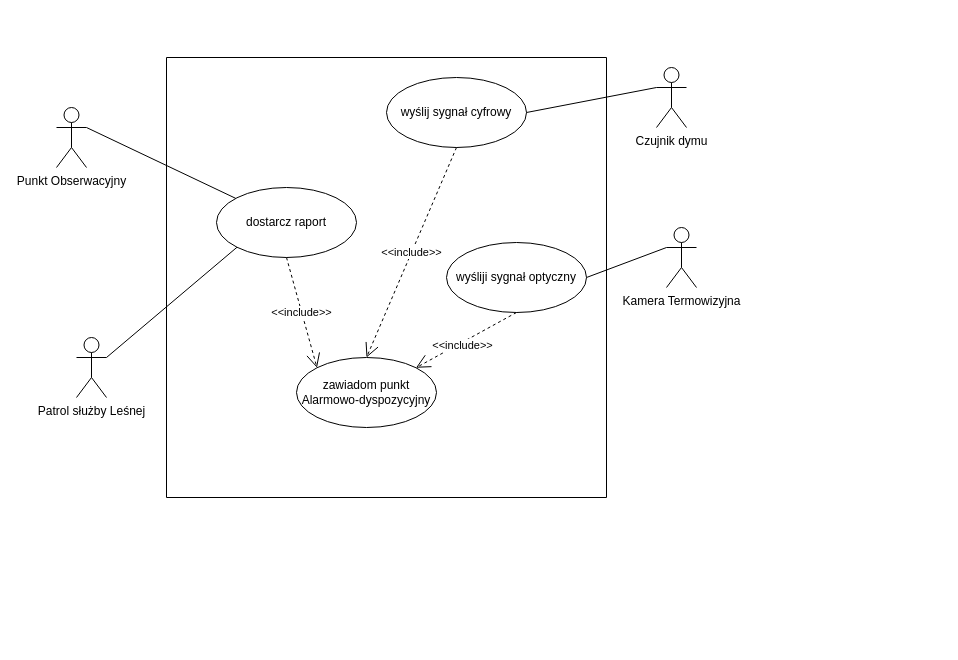
broniuu/projekt_inzynieria keeps this draw.io diagram as page "przypadki użycia" (1 of 9) of uml_pozar_lasu.drawio. Above is the earlier version. Source tidied: cells renumbered, new cells numbered last; positions are measured from the earlier drawing's top-left corner, leaving out a move shared by most shapes. Both pictures are drawn from the tidied source at 100%, with x=0, y=0 at pixel (56, 57).
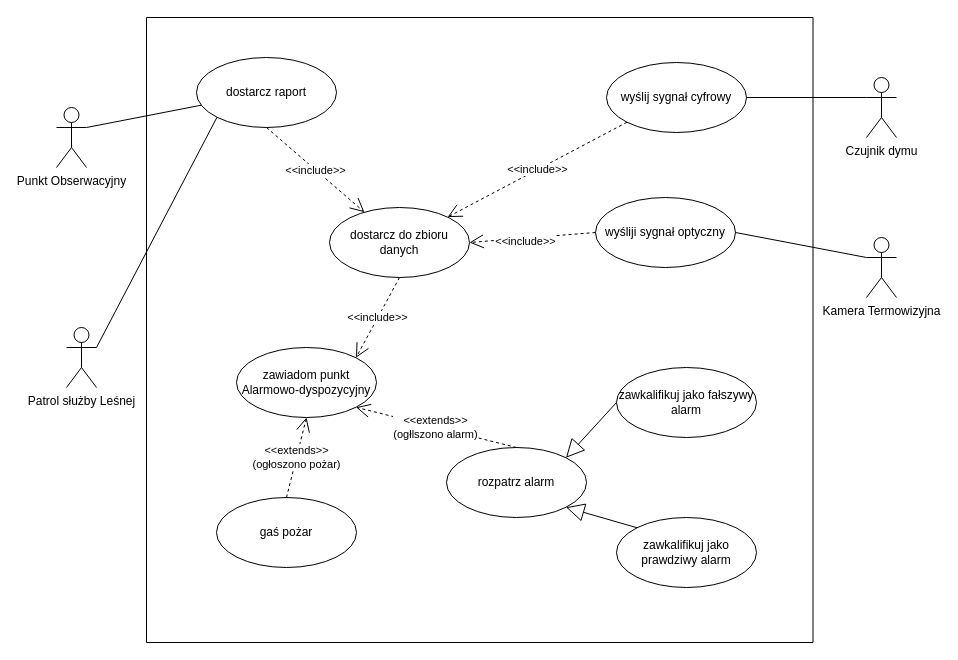
The same diagram, later.

Change to the diagram source:
```diff
@@
     <mxCell id="2" value="Czujnik dymu" style="shape=umlActor;verticalLabelPosition=bottom;verticalAlign=top;html=1;" parent="1" vertex="1">
-      <mxGeometry x="600" y="10" width="30" height="60" as="geometry" />
+      <mxGeometry x="810" y="20" width="30" height="60" as="geometry" />
     </mxCell>
     <mxCell id="3" value="Kamera Termowizyjna&lt;br&gt;" style="shape=umlActor;verticalLabelPosition=bottom;verticalAlign=top;html=1;" parent="1" vertex="1">
-      <mxGeometry x="610" y="170" width="30" height="60" as="geometry" />
+      <mxGeometry x="810" y="180" width="30" height="60" as="geometry" />
     </mxCell>
@@
     <mxCell id="5" value="Patrol służby Leśnej" style="shape=umlActor;verticalLabelPosition=bottom;verticalAlign=top;html=1;" parent="1" vertex="1">
-      <mxGeometry x="20" y="280" width="30" height="60" as="geometry" />
+      <mxGeometry x="10" y="270" width="30" height="60" as="geometry" />
     </mxCell>
     <mxCell id="6" style="swimlane;startSize=0;" parent="1" vertex="1">
-      <mxGeometry x="110" width="440" height="440" as="geometry" />
+      <mxGeometry x="90" y="-40" width="666.5" height="625" as="geometry" />
     </mxCell>
     <mxCell id="7" value="dostarcz raport" style="ellipse;whiteSpace=wrap;html=1;" parent="6" vertex="1">
-      <mxGeometry x="50" y="130" width="140" height="70" as="geometry" />
+      <mxGeometry x="50" y="40" width="140" height="70" as="geometry" />
     </mxCell>
-    <mxCell id="8" value="zawiadom punkt Alarmowo-dyspozycyjny" style="ellipse;whiteSpace=wrap;html=1;" parent="6" vertex="1">
-      <mxGeometry x="130" y="300" width="140" height="70" as="geometry" />
+    <mxCell id="8" value="dostarcz do zbioru danych" style="ellipse;whiteSpace=wrap;html=1;" parent="6" vertex="1">
+      <mxGeometry x="183" y="190" width="140" height="70" as="geometry" />
     </mxCell>
     <mxCell id="9" value="wyślij sygnał cyfrowy" style="ellipse;whiteSpace=wrap;html=1;" parent="6" vertex="1">
-      <mxGeometry x="220" y="20" width="140" height="70" as="geometry" />
+      <mxGeometry x="460" y="45" width="140" height="70" as="geometry" />
     </mxCell>
     <mxCell id="10" value="wyśliji sygnał optyczny" style="ellipse;whiteSpace=wrap;html=1;" parent="6" vertex="1">
-      <mxGeometry x="280" y="185" width="140" height="70" as="geometry" />
+      <mxGeometry x="449" y="180" width="140" height="70" as="geometry" />
     </mxCell>
-    <mxCell id="11" value="&amp;lt;&amp;lt;include&amp;gt;&amp;gt;" style="endArrow=open;endSize=12;dashed=1;html=1;exitX=0.5;exitY=1;exitDx=0;exitDy=0;entryX=0;entryY=0;entryDx=0;entryDy=0;" parent="6" edge="1" source="7" target="8">
+    <mxCell id="11" value="&amp;lt;&amp;lt;include&amp;gt;&amp;gt;" style="endArrow=open;endSize=12;dashed=1;html=1;exitX=0.5;exitY=1;exitDx=0;exitDy=0;" parent="6" edge="1" source="7" target="8">
       <mxGeometry relative="1" as="geometry" />
     </mxCell>
-    <mxCell id="12" value="&amp;lt;&amp;lt;include&amp;gt;&amp;gt;" style="endArrow=open;endSize=12;dashed=1;html=1;exitX=0.5;exitY=1;exitDx=0;exitDy=0;entryX=1;entryY=0;entryDx=0;entryDy=0;" parent="6" edge="1" source="10" target="8">
+    <mxCell id="12" value="&amp;lt;&amp;lt;include&amp;gt;&amp;gt;" style="endArrow=open;endSize=12;dashed=1;html=1;exitX=0;exitY=0.5;exitDx=0;exitDy=0;entryX=1;entryY=0.5;entryDx=0;entryDy=0;" parent="6" edge="1" source="10" target="8">
       <mxGeometry x="0.1" y="3" relative="1" as="geometry" />
     </mxCell>
-    <mxCell id="13" value="&amp;lt;&amp;lt;include&amp;gt;&amp;gt;" style="endArrow=open;endSize=12;dashed=1;html=1;exitX=0.5;exitY=1;exitDx=0;exitDy=0;entryX=0.5;entryY=0;entryDx=0;entryDy=0;" parent="6" edge="1" target="8">
-      <mxGeometry relative="1" as="geometry">
-        <mxPoint x="290" y="90" as="sourcePoint" />
-      </mxGeometry>
+    <mxCell id="13" value="&amp;lt;&amp;lt;include&amp;gt;&amp;gt;" style="endArrow=open;endSize=12;dashed=1;html=1;exitX=0;exitY=1;exitDx=0;exitDy=0;" parent="6" edge="1" source="9" target="8">
+      <mxGeometry relative="1" as="geometry" />
     </mxCell>
+    <mxCell id="18" value="zawiadom punkt Alarmowo-dyspozycyjny" style="ellipse;whiteSpace=wrap;html=1;" parent="6" vertex="1">
+      <mxGeometry x="90" y="330" width="140" height="70" as="geometry" />
+    </mxCell>
+    <mxCell id="19" value="&amp;lt;&amp;lt;include&amp;gt;&amp;gt;" style="endArrow=open;endSize=12;dashed=1;html=1;exitX=0.5;exitY=1;exitDx=0;exitDy=0;entryX=1;entryY=0;entryDx=0;entryDy=0;" parent="6" edge="1" source="8" target="18">
+      <mxGeometry relative="1" as="geometry" />
+    </mxCell>
+    <mxCell id="20" value="rozpatrz alarm" style="ellipse;whiteSpace=wrap;html=1;" parent="6" vertex="1">
+      <mxGeometry x="300" y="430" width="140" height="70" as="geometry" />
+    </mxCell>
+    <mxCell id="21" value="zawkalifikuj jako fałszywy alarm" style="ellipse;whiteSpace=wrap;html=1;" parent="6" vertex="1">
+      <mxGeometry x="470" y="350" width="140" height="70" as="geometry" />
+    </mxCell>
+    <mxCell id="22" value="zawkalifikuj jako prawdziwy alarm" style="ellipse;whiteSpace=wrap;html=1;" parent="6" vertex="1">
+      <mxGeometry x="470" y="500" width="140" height="70" as="geometry" />
+    </mxCell>
+    <mxCell id="23" value="&amp;lt;&amp;lt;extends&amp;gt;&amp;gt;&lt;br&gt;(ogłlszono alarm)" style="endArrow=open;endSize=12;dashed=1;html=1;exitX=0.5;exitY=0;exitDx=0;exitDy=0;entryX=1;entryY=1;entryDx=0;entryDy=0;" parent="6" edge="1" source="20" target="18">
+      <mxGeometry relative="1" as="geometry" />
+    </mxCell>
+    <mxCell id="24" style="endArrow=block;endSize=16;endFill=0;html=1;exitX=0;exitY=0.5;exitDx=0;exitDy=0;entryX=1;entryY=0;entryDx=0;entryDy=0;" parent="6" edge="1" source="21" target="20">
+      <mxGeometry relative="1" as="geometry" />
+    </mxCell>
+    <mxCell id="25" style="endArrow=block;endSize=16;endFill=0;html=1;exitX=0;exitY=0;exitDx=0;exitDy=0;entryX=1;entryY=1;entryDx=0;entryDy=0;" parent="6" edge="1" source="22" target="20">
+      <mxGeometry relative="1" as="geometry" />
+    </mxCell>
+    <mxCell id="26" value="gaś pożar" style="ellipse;whiteSpace=wrap;html=1;" parent="6" vertex="1">
+      <mxGeometry x="70" y="480" width="140" height="70" as="geometry" />
+    </mxCell>
+    <mxCell id="27" value="&amp;lt;&amp;lt;extends&amp;gt;&amp;gt;&lt;br&gt;(ogłoszono pożar)" style="endArrow=open;endSize=12;dashed=1;html=1;exitX=0.5;exitY=0;exitDx=0;exitDy=0;entryX=0.5;entryY=1;entryDx=0;entryDy=0;" parent="6" edge="1" source="26" target="18">
+      <mxGeometry relative="1" as="geometry" />
+    </mxCell>
```
